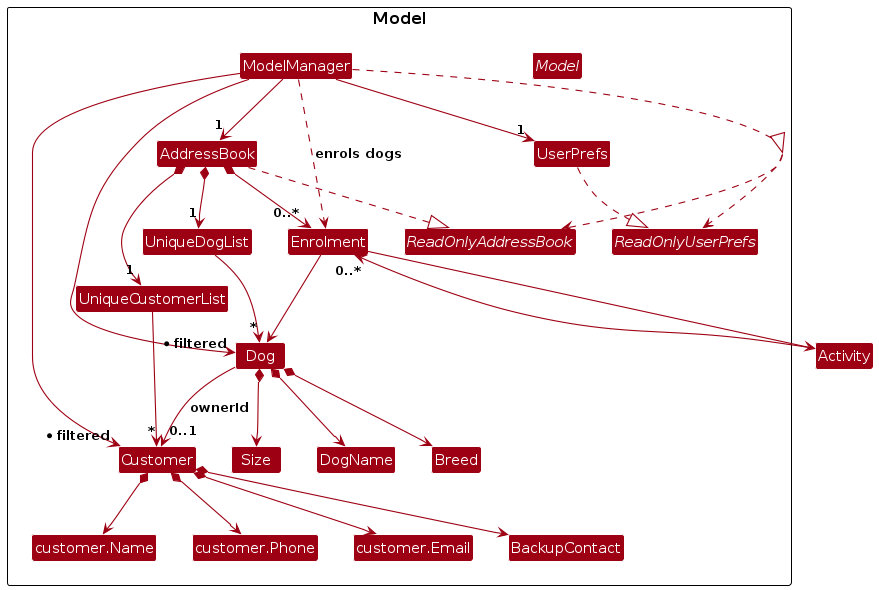
Before: diagrams/ModelClassDiagram.png, a diagram exported from PlantUML (AY2627S1-CS2103T-T15-4/tp). Its source is kept beside it as diagrams/ModelClassDiagram.puml.
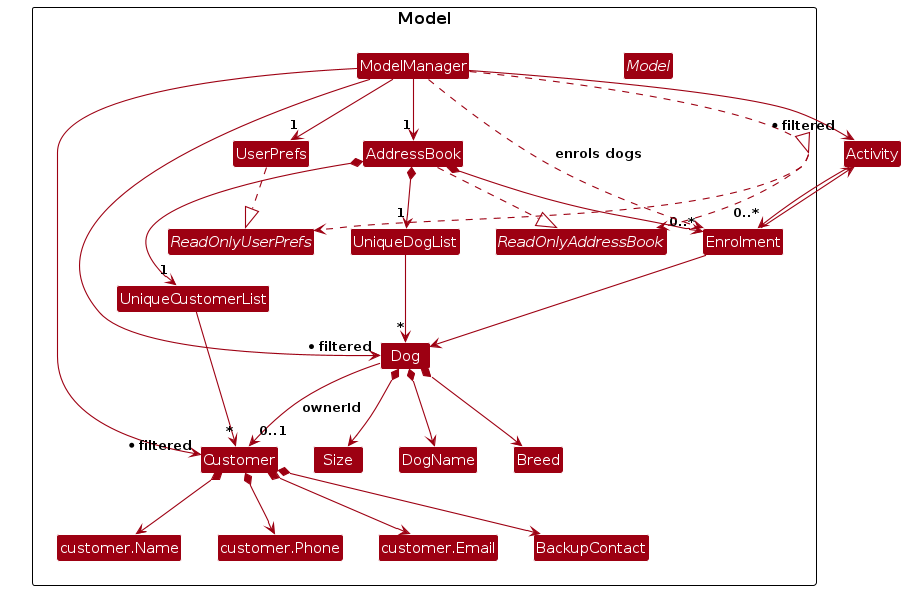
The same file after the commit.

What changed in the source:
```diff
@@ -47,6 +47,7 @@
 Dog --> "0..1" Customer : ownerId
 ModelManager --> "* filtered" Customer
 ModelManager --> "* filtered" Dog
+ModelManager --> "* filtered" Activity
 ModelManager ..> Enrolment : enrols dogs
 Enrolment --> Activity
 Enrolment --> Dog
```
